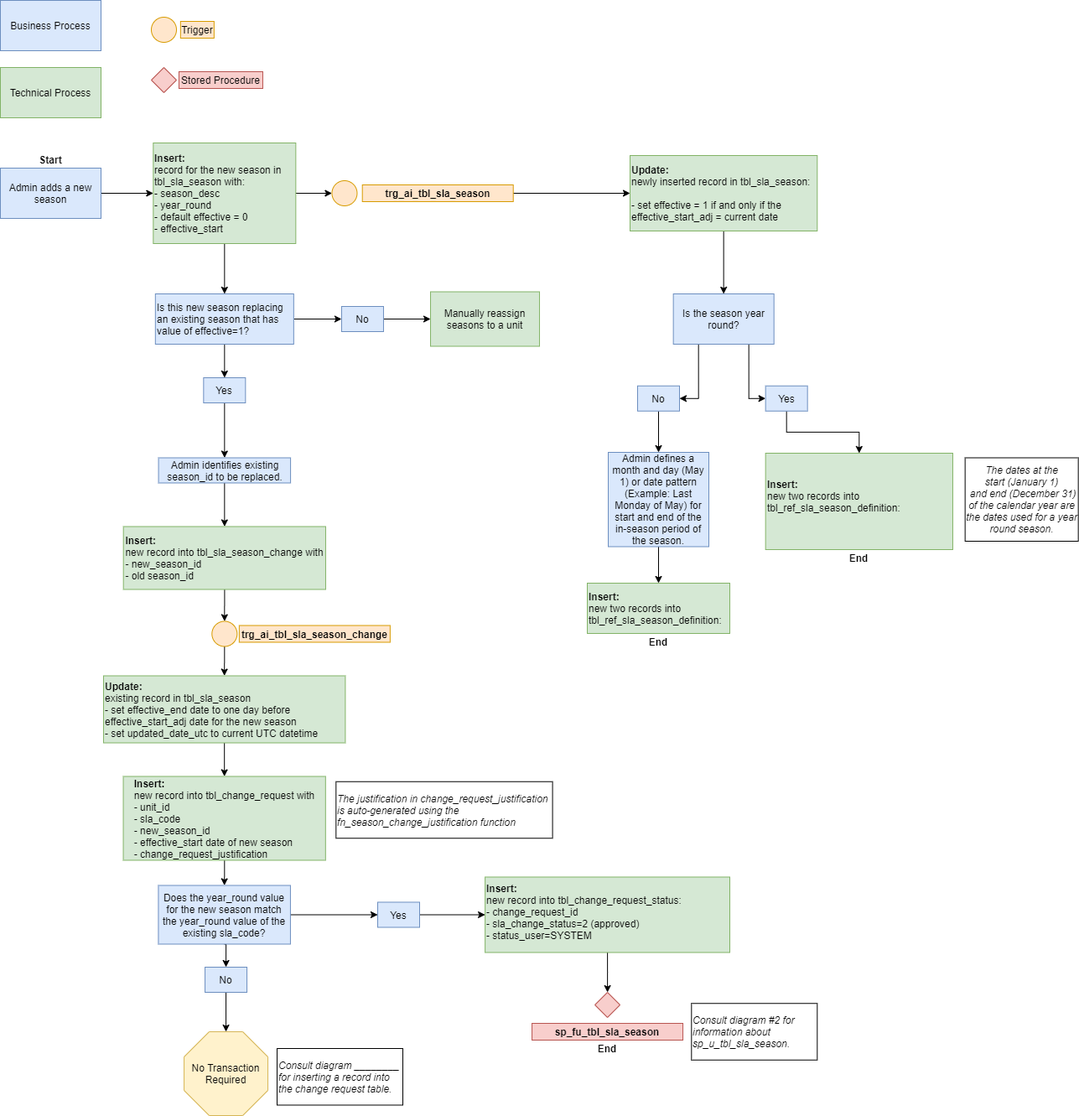
Before: images/diagram1.png, a diagram exported from draw.io (NYC-Parks/SLADB). Source tidied: cells renumbered, new cells last; positions are measured from the earlier drawing's top-left corner, leaving out a move shared by most shapes.
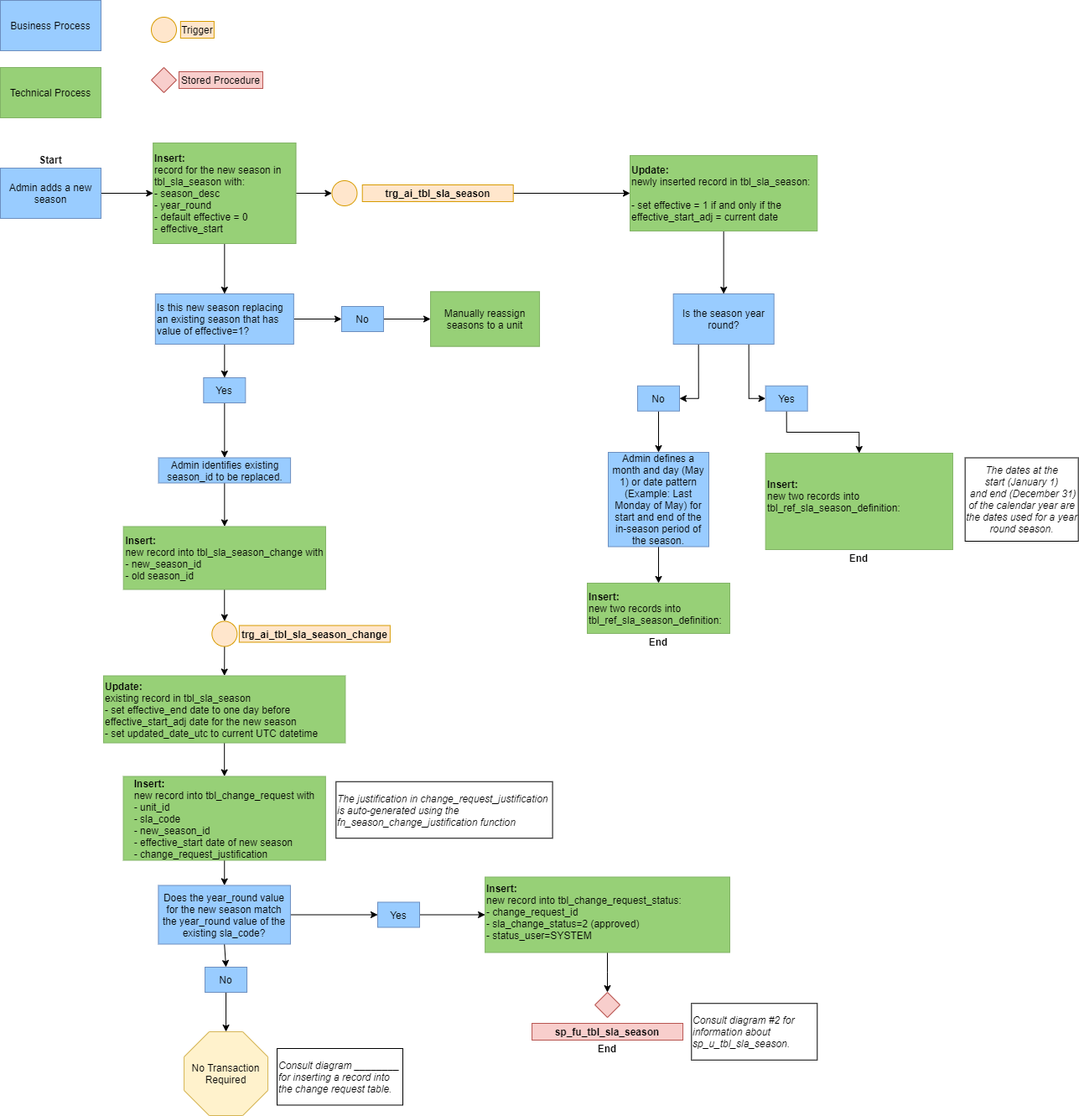
The same file after the commit.

What changed in the source:
```diff
@@ -2,10 +2,10 @@
   <root>
     <mxCell id="0" />
     <mxCell id="1" parent="0" />
-    <mxCell id="2" value="Business Process" style="rounded=0;whiteSpace=wrap;html=1;fillColor=#dae8fc;strokeColor=#6c8ebf;" parent="1" vertex="1">
+    <mxCell id="2" value="Business Process" style="rounded=0;whiteSpace=wrap;html=1;fillColor=#99CCFF;strokeColor=#6c8ebf;" parent="1" vertex="1">
       <mxGeometry width="120" height="60" as="geometry" />
     </mxCell>
-    <mxCell id="3" value="Technical Process" style="rounded=0;whiteSpace=wrap;html=1;fillColor=#d5e8d4;strokeColor=#82b366;" parent="1" vertex="1">
+    <mxCell id="3" value="Technical Process" style="rounded=0;whiteSpace=wrap;html=1;fillColor=#97D077;strokeColor=#82b366;" parent="1" vertex="1">
       <mxGeometry y="80" width="120" height="60" as="geometry" />
     </mxCell>
     <mxCell id="4" style="ellipse;whiteSpace=wrap;html=1;fillColor=#ffe6cc;strokeColor=#d79b00;" parent="1" vertex="1">
@@ -17,7 +17,7 @@
     <mxCell id="6" style="edgeStyle=orthogonalEdgeStyle;rounded=0;jettySize=auto;html=1;exitX=1;exitY=0.5;exitDx=0;exitDy=0;" parent="1" edge="1" source="7" target="10">
       <mxGeometry relative="1" as="geometry" />
     </mxCell>
-    <mxCell id="7" value="Admin adds a new season" style="rounded=0;whiteSpace=wrap;html=1;fillColor=#dae8fc;strokeColor=#6c8ebf;" parent="1" vertex="1">
+    <mxCell id="7" value="Admin adds a new season" style="rounded=0;whiteSpace=wrap;html=1;fillColor=#99CCFF;strokeColor=#6c8ebf;" parent="1" vertex="1">
       <mxGeometry y="200" width="120" height="60" as="geometry" />
     </mxCell>
     <mxCell id="8" style="edgeStyle=orthogonalEdgeStyle;rounded=0;jettySize=auto;html=1;" parent="1" edge="1" source="10" target="13">
@@ -35,43 +35,43 @@
     <mxCell id="12" style="edgeStyle=orthogonalEdgeStyle;rounded=0;jettySize=auto;html=1;" parent="1" edge="1" source="13" target="15">
       <mxGeometry relative="1" as="geometry" />
     </mxCell>
-    <mxCell id="13" value="Is this new season replacing an existing season that has value of effective=1?" style="rounded=0;whiteSpace=wrap;html=1;fillColor=#dae8fc;strokeColor=#6c8ebf;align=left;" parent="1" vertex="1">
+    <mxCell id="13" value="Is this new season replacing an existing season that has value of effective=1?" style="rounded=0;whiteSpace=wrap;html=1;fillColor=#99CCFF;strokeColor=#6c8ebf;align=left;" parent="1" vertex="1">
       <mxGeometry x="184.8" y="350" width="165" height="60" as="geometry" />
     </mxCell>
     <mxCell id="14" style="edgeStyle=orthogonalEdgeStyle;rounded=0;jettySize=auto;html=1;exitX=0.5;exitY=1;exitDx=0;exitDy=0;entryX=0.5;entryY=0;entryDx=0;entryDy=0;" parent="1" edge="1" source="15" target="17">
       <mxGeometry relative="1" as="geometry" />
     </mxCell>
-    <mxCell id="15" value="Yes" style="rounded=0;whiteSpace=wrap;html=1;fillColor=#dae8fc;strokeColor=#6c8ebf;align=center;" parent="1" vertex="1">
+    <mxCell id="15" value="Yes" style="rounded=0;whiteSpace=wrap;html=1;fillColor=#99CCFF;strokeColor=#6c8ebf;align=center;" parent="1" vertex="1">
       <mxGeometry x="242.3" y="450" width="50" height="30" as="geometry" />
     </mxCell>
     <mxCell id="16" style="edgeStyle=orthogonalEdgeStyle;rounded=0;jettySize=auto;html=1;exitX=0.5;exitY=1;exitDx=0;exitDy=0;entryX=0.5;entryY=0;entryDx=0;entryDy=0;" parent="1" edge="1" source="17" target="19">
       <mxGeometry relative="1" as="geometry" />
     </mxCell>
-    <mxCell id="17" value="Admin identifies existing season_id to be replaced." style="rounded=0;whiteSpace=wrap;html=1;fillColor=#dae8fc;strokeColor=#6c8ebf;align=center;" parent="1" vertex="1">
+    <mxCell id="17" value="Admin identifies existing season_id to be replaced." style="rounded=0;whiteSpace=wrap;html=1;fillColor=#99CCFF;strokeColor=#6c8ebf;align=center;" parent="1" vertex="1">
       <mxGeometry x="188.6" y="545.5" width="157.5" height="30" as="geometry" />
     </mxCell>
     <mxCell id="18" style="edgeStyle=orthogonalEdgeStyle;rounded=0;jettySize=auto;html=1;" parent="1" edge="1" source="19" target="28">
       <mxGeometry relative="1" as="geometry" />
     </mxCell>
-    <mxCell id="19" value="&lt;div style=&quot;text-align: left&quot;&gt;&lt;b&gt;Insert:&lt;/b&gt;&lt;/div&gt;&lt;div style=&quot;text-align: left&quot;&gt;&lt;span&gt;new record into tbl_sla_season_change with&lt;/span&gt;&lt;/div&gt;&lt;div style=&quot;text-align: left&quot;&gt;&lt;span&gt;- new_season_id&lt;/span&gt;&lt;/div&gt;&lt;div style=&quot;text-align: left&quot;&gt;&lt;span&gt;- old season_id&lt;/span&gt;&lt;/div&gt;" style="rounded=0;whiteSpace=wrap;html=1;fillColor=#d5e8d4;strokeColor=#82b366;align=center;" parent="1" vertex="1">
+    <mxCell id="19" value="&lt;div style=&quot;text-align: left&quot;&gt;&lt;b&gt;Insert:&lt;/b&gt;&lt;/div&gt;&lt;div style=&quot;text-align: left&quot;&gt;&lt;span&gt;new record into tbl_sla_season_change with&lt;/span&gt;&lt;/div&gt;&lt;div style=&quot;text-align: left&quot;&gt;&lt;span&gt;- new_season_id&lt;/span&gt;&lt;/div&gt;&lt;div style=&quot;text-align: left&quot;&gt;&lt;span&gt;- old season_id&lt;/span&gt;&lt;/div&gt;" style="rounded=0;whiteSpace=wrap;html=1;fillColor=#97D077;strokeColor=#82b366;align=center;" parent="1" vertex="1">
       <mxGeometry x="146.7" y="627.5" width="241.2" height="75" as="geometry" />
     </mxCell>
     <mxCell id="20" style="edgeStyle=orthogonalEdgeStyle;rounded=0;jettySize=auto;html=1;entryX=0.5;entryY=0;entryDx=0;entryDy=0;" parent="1" edge="1" source="21" target="31">
       <mxGeometry relative="1" as="geometry" />
     </mxCell>
-    <mxCell id="21" value="&lt;div&gt;&lt;b&gt;Update:&lt;/b&gt;&lt;/div&gt;&lt;div&gt;existing record in tbl_sla_season&lt;/div&gt;&lt;div&gt;- set effective_end date to one day before effective_start_adj date for the new season&lt;/div&gt;&lt;div&gt;- set updated_date_utc to current UTC datetime&amp;nbsp;&lt;/div&gt;" style="rounded=0;whiteSpace=wrap;html=1;fillColor=#d5e8d4;strokeColor=#82b366;align=left;labelPosition=center;verticalLabelPosition=middle;verticalAlign=middle;" parent="1" vertex="1">
+    <mxCell id="21" value="&lt;div&gt;&lt;b&gt;Update:&lt;/b&gt;&lt;/div&gt;&lt;div&gt;existing record in tbl_sla_season&lt;/div&gt;&lt;div&gt;- set effective_end date to one day before effective_start_adj date for the new season&lt;/div&gt;&lt;div&gt;- set updated_date_utc to current UTC datetime&amp;nbsp;&lt;/div&gt;" style="rounded=0;whiteSpace=wrap;html=1;fillColor=#97D077;strokeColor=#82b366;align=left;labelPosition=center;verticalLabelPosition=middle;verticalAlign=middle;" parent="1" vertex="1">
       <mxGeometry x="123" y="805.5" width="288.4" height="80" as="geometry" />
     </mxCell>
     <mxCell id="22" style="edgeStyle=orthogonalEdgeStyle;rounded=0;jettySize=auto;html=1;" parent="1" edge="1" source="23" target="44">
       <mxGeometry relative="1" as="geometry" />
     </mxCell>
-    <mxCell id="23" value="&lt;div&gt;&lt;b&gt;Insert:&lt;/b&gt;&lt;/div&gt;&lt;div&gt;&lt;span&gt;new record into tbl_change_request_status:&lt;/span&gt;&lt;/div&gt;&lt;div&gt;&lt;span&gt;- change_request_id&lt;/span&gt;&lt;/div&gt;&lt;div&gt;&lt;span&gt;- sla_change_status=2 (approved)&lt;/span&gt;&lt;/div&gt;&lt;div&gt;&lt;span&gt;- status_user=SYSTEM&lt;/span&gt;&lt;/div&gt;&lt;div&gt;&lt;span&gt;&lt;br&gt;&lt;/span&gt;&lt;/div&gt;" style="rounded=0;whiteSpace=wrap;html=1;fillColor=#d5e8d4;strokeColor=#82b366;align=left;verticalAlign=top;" parent="1" vertex="1">
+    <mxCell id="23" value="&lt;div&gt;&lt;b&gt;Insert:&lt;/b&gt;&lt;/div&gt;&lt;div&gt;&lt;span&gt;new record into tbl_change_request_status:&lt;/span&gt;&lt;/div&gt;&lt;div&gt;&lt;span&gt;- change_request_id&lt;/span&gt;&lt;/div&gt;&lt;div&gt;&lt;span&gt;- sla_change_status=2 (approved)&lt;/span&gt;&lt;/div&gt;&lt;div&gt;&lt;span&gt;- status_user=SYSTEM&lt;/span&gt;&lt;/div&gt;&lt;div&gt;&lt;span&gt;&lt;br&gt;&lt;/span&gt;&lt;/div&gt;" style="rounded=0;whiteSpace=wrap;html=1;fillColor=#97D077;strokeColor=#82b366;align=left;verticalAlign=top;" parent="1" vertex="1">
       <mxGeometry x="578.1" y="1045.5" width="291.9" height="90" as="geometry" />
     </mxCell>
     <mxCell id="24" style="edgeStyle=orthogonalEdgeStyle;rounded=0;jettySize=auto;html=1;" parent="1" edge="1" source="25" target="26">
       <mxGeometry relative="1" as="geometry" />
     </mxCell>
-    <mxCell id="25" value="No" style="rounded=0;whiteSpace=wrap;html=1;fillColor=#dae8fc;strokeColor=#6c8ebf;align=center;" parent="1" vertex="1">
+    <mxCell id="25" value="No" style="rounded=0;whiteSpace=wrap;html=1;fillColor=#99CCFF;strokeColor=#6c8ebf;align=center;" parent="1" vertex="1">
       <mxGeometry x="407" y="365" width="50" height="30" as="geometry" />
     </mxCell>
     <mxCell id="26" value="Manually reassign seasons to a unit" style="rounded=0;whiteSpace=wrap;html=1;fillColor=#d5e8d4;strokeColor=#82b366;align=center;" parent="1" vertex="1">
@@ -89,7 +89,7 @@
     <mxCell id="30" style="edgeStyle=orthogonalEdgeStyle;rounded=0;jettySize=auto;html=1;entryX=0.5;entryY=0;entryDx=0;entryDy=0;" parent="1" edge="1" source="31" target="35">
       <mxGeometry relative="1" as="geometry" />
     </mxCell>
-    <mxCell id="31" value="&lt;div style=&quot;text-align: left&quot;&gt;&lt;b&gt;Insert:&lt;/b&gt;&lt;/div&gt;&lt;div style=&quot;text-align: left&quot;&gt;&lt;span&gt;new record into tbl_change_request with&lt;/span&gt;&lt;/div&gt;&lt;div style=&quot;text-align: left&quot;&gt;&lt;span&gt;- unit_id&lt;/span&gt;&lt;/div&gt;&lt;div style=&quot;text-align: left&quot;&gt;&lt;span&gt;- sla_code&lt;/span&gt;&lt;/div&gt;&lt;div style=&quot;text-align: left&quot;&gt;&lt;span&gt;-&amp;nbsp;&lt;/span&gt;&lt;span&gt;new_season_id&lt;/span&gt;&lt;/div&gt;&lt;div style=&quot;text-align: left&quot;&gt;- effective_start date of new season&lt;/div&gt;&lt;div style=&quot;text-align: left&quot;&gt;- change_request_justification&lt;/div&gt;" style="rounded=0;whiteSpace=wrap;html=1;fillColor=#d5e8d4;strokeColor=#82b366;align=center;" parent="1" vertex="1">
+    <mxCell id="31" value="&lt;div style=&quot;text-align: left&quot;&gt;&lt;b&gt;Insert:&lt;/b&gt;&lt;/div&gt;&lt;div style=&quot;text-align: left&quot;&gt;&lt;span&gt;new record into tbl_change_request with&lt;/span&gt;&lt;/div&gt;&lt;div style=&quot;text-align: left&quot;&gt;&lt;span&gt;- unit_id&lt;/span&gt;&lt;/div&gt;&lt;div style=&quot;text-align: left&quot;&gt;&lt;span&gt;- sla_code&lt;/span&gt;&lt;/div&gt;&lt;div style=&quot;text-align: left&quot;&gt;&lt;span&gt;-&amp;nbsp;&lt;/span&gt;&lt;span&gt;new_season_id&lt;/span&gt;&lt;/div&gt;&lt;div style=&quot;text-align: left&quot;&gt;- effective_start date of new season&lt;/div&gt;&lt;div style=&quot;text-align: left&quot;&gt;- change_request_justification&lt;/div&gt;" style="rounded=0;whiteSpace=wrap;html=1;fillColor=#97D077;strokeColor=#82b366;align=center;" parent="1" vertex="1">
       <mxGeometry x="146.6" y="925.5" width="241.2" height="100" as="geometry" />
     </mxCell>
     <mxCell id="32" value="The justification in change_request_justification is auto-generated using the fn_season_change_justification function" style="rounded=0;whiteSpace=wrap;html=1;align=left;fontStyle=2;fillColor=none;" parent="1" vertex="1">
@@ -101,7 +101,7 @@
     <mxCell id="34" style="edgeStyle=orthogonalEdgeStyle;rounded=0;jettySize=auto;html=1;exitX=0.5;exitY=1;exitDx=0;exitDy=0;entryX=0.5;entryY=0;entryDx=0;entryDy=0;" parent="1" edge="1" source="35" target="40">
       <mxGeometry relative="1" as="geometry" />
     </mxCell>
-    <mxCell id="35" value="Does the year_round value for the new season match the year_round value of the existing sla_code?" style="rounded=0;whiteSpace=wrap;html=1;fillColor=#dae8fc;strokeColor=#6c8ebf;align=center;" parent="1" vertex="1">
+    <mxCell id="35" value="Does the year_round value for the new season match the year_round value of the existing sla_code?" style="rounded=0;whiteSpace=wrap;html=1;fillColor=#99CCFF;strokeColor=#6c8ebf;align=center;" parent="1" vertex="1">
       <mxGeometry x="188.4" y="1055.5" width="157.5" height="70" as="geometry" />
     </mxCell>
     <mxCell id="36" value="Consult diagram ________ for inserting a record into the change request table." style="rounded=0;whiteSpace=wrap;html=1;align=left;fontStyle=2;fillColor=none;" parent="1" vertex="1">
@@ -110,13 +110,13 @@
     <mxCell id="37" style="edgeStyle=orthogonalEdgeStyle;rounded=0;jettySize=auto;html=1;entryX=0;entryY=0.5;entryDx=0;entryDy=0;" parent="1" edge="1" source="38" target="23">
       <mxGeometry relative="1" as="geometry" />
     </mxCell>
-    <mxCell id="38" value="Yes" style="rounded=0;whiteSpace=wrap;html=1;fillColor=#dae8fc;strokeColor=#6c8ebf;align=center;" parent="1" vertex="1">
+    <mxCell id="38" value="Yes" style="rounded=0;whiteSpace=wrap;html=1;fillColor=#99CCFF;strokeColor=#6c8ebf;align=center;" parent="1" vertex="1">
       <mxGeometry x="450" y="1075.5" width="50" height="30" as="geometry" />
     </mxCell>
     <mxCell id="39" style="edgeStyle=orthogonalEdgeStyle;rounded=0;jettySize=auto;html=1;" parent="1" edge="1" source="40" target="41">
       <mxGeometry relative="1" as="geometry" />
     </mxCell>
-    <mxCell id="40" value="No" style="rounded=0;whiteSpace=wrap;html=1;fillColor=#dae8fc;strokeColor=#6c8ebf;align=center;" parent="1" vertex="1">
+    <mxCell id="40" value="No" style="rounded=0;whiteSpace=wrap;html=1;fillColor=#99CCFF;strokeColor=#6c8ebf;align=center;" parent="1" vertex="1">
       <mxGeometry x="244" y="1153" width="50" height="30" as="geometry" />
     </mxCell>
     <mxCell id="41" value="No Transaction Required" style="whiteSpace=wrap;html=1;shape=mxgraph.basic.octagon2;align=center;verticalAlign=middle;dx=15;fillColor=#fff2cc;strokeColor=#d6b656;" parent="1" vertex="1">
@@ -155,10 +155,10 @@
     <mxCell id="52" style="edgeStyle=orthogonalEdgeStyle;rounded=0;jettySize=auto;html=1;exitX=0.5;exitY=1;exitDx=0;exitDy=0;" parent="1" edge="1" source="53" target="57">
       <mxGeometry relative="1" as="geometry" />
     </mxCell>
-    <mxCell id="53" value="&lt;b&gt;Update:&lt;/b&gt;&lt;br&gt;newly inserted record in tbl_sla_season:&lt;br&gt;&amp;nbsp;&lt;br&gt;- set effective = 1 if and only if the effective_start_adj = current date" style="rounded=0;whiteSpace=wrap;html=1;fillColor=#d5e8d4;strokeColor=#82b366;align=left;" parent="1" vertex="1">
+    <mxCell id="53" value="&lt;b&gt;Update:&lt;/b&gt;&lt;br&gt;newly inserted record in tbl_sla_season:&lt;br&gt;&amp;nbsp;&lt;br&gt;- set effective = 1 if and only if the effective_start_adj = current date" style="rounded=0;whiteSpace=wrap;html=1;fillColor=#97D077;strokeColor=#82b366;align=left;" parent="1" vertex="1">
       <mxGeometry x="751" y="185" width="223.3" height="90" as="geometry" />
     </mxCell>
-    <mxCell id="54" value="&lt;b&gt;Insert:&lt;/b&gt;&lt;br&gt;new two records into tbl_ref_sla_season_definition:&lt;br&gt;&amp;nbsp;" style="rounded=0;whiteSpace=wrap;html=1;fillColor=#d5e8d4;strokeColor=#82b366;align=left;" parent="1" vertex="1">
+    <mxCell id="54" value="&lt;b&gt;Insert:&lt;/b&gt;&lt;br&gt;new two records into tbl_ref_sla_season_definition:&lt;br&gt;&amp;nbsp;" style="rounded=0;whiteSpace=wrap;html=1;fillColor=#97D077;strokeColor=#82b366;align=left;" parent="1" vertex="1">
       <mxGeometry x="912.7" y="540" width="223.3" height="115" as="geometry" />
     </mxCell>
     <mxCell id="55" style="edgeStyle=orthogonalEdgeStyle;rounded=0;jettySize=auto;html=1;exitX=0.75;exitY=1;exitDx=0;exitDy=0;entryX=0;entryY=0.5;entryDx=0;entryDy=0;" parent="1" edge="1" source="57" target="61">
@@ -167,28 +167,28 @@
     <mxCell id="56" style="edgeStyle=orthogonalEdgeStyle;rounded=0;jettySize=auto;html=1;exitX=0.25;exitY=1;exitDx=0;exitDy=0;entryX=1;entryY=0.5;entryDx=0;entryDy=0;" parent="1" edge="1" source="57" target="59">
       <mxGeometry relative="1" as="geometry" />
     </mxCell>
-    <mxCell id="57" value="Is the season year round?" style="rounded=0;whiteSpace=wrap;html=1;fillColor=#dae8fc;strokeColor=#6c8ebf;" parent="1" vertex="1">
+    <mxCell id="57" value="Is the season year round?" style="rounded=0;whiteSpace=wrap;html=1;fillColor=#99CCFF;strokeColor=#6c8ebf;" parent="1" vertex="1">
       <mxGeometry x="802.7" y="350" width="120" height="60" as="geometry" />
     </mxCell>
     <mxCell id="58" style="edgeStyle=orthogonalEdgeStyle;rounded=0;jettySize=auto;html=1;exitX=0.5;exitY=1;exitDx=0;exitDy=0;entryX=0.5;entryY=0;entryDx=0;entryDy=0;" parent="1" edge="1" source="59" target="64">
       <mxGeometry relative="1" as="geometry" />
     </mxCell>
-    <mxCell id="59" value="No" style="rounded=0;whiteSpace=wrap;html=1;fillColor=#dae8fc;strokeColor=#6c8ebf;align=center;" parent="1" vertex="1">
+    <mxCell id="59" value="No" style="rounded=0;whiteSpace=wrap;html=1;fillColor=#99CCFF;strokeColor=#6c8ebf;align=center;" parent="1" vertex="1">
       <mxGeometry x="760" y="459.8" width="50" height="30" as="geometry" />
     </mxCell>
     <mxCell id="60" style="edgeStyle=orthogonalEdgeStyle;rounded=0;jettySize=auto;html=1;exitX=0.5;exitY=1;exitDx=0;exitDy=0;entryX=0.5;entryY=0;entryDx=0;entryDy=0;" parent="1" edge="1" source="61" target="54">
       <mxGeometry relative="1" as="geometry" />
     </mxCell>
-    <mxCell id="61" value="Yes" style="rounded=0;whiteSpace=wrap;html=1;fillColor=#dae8fc;strokeColor=#6c8ebf;align=center;" parent="1" vertex="1">
+    <mxCell id="61" value="Yes" style="rounded=0;whiteSpace=wrap;html=1;fillColor=#99CCFF;strokeColor=#6c8ebf;align=center;" parent="1" vertex="1">
       <mxGeometry x="912.7" y="459.8" width="50" height="30" as="geometry" />
     </mxCell>
-    <mxCell id="62" value="&lt;b&gt;Insert:&lt;/b&gt;&lt;br&gt;new two records into tbl_ref_sla_season_definition:" style="rounded=0;whiteSpace=wrap;html=1;fillColor=#d5e8d4;strokeColor=#82b366;align=left;" parent="1" vertex="1">
+    <mxCell id="62" value="&lt;b&gt;Insert:&lt;/b&gt;&lt;br&gt;new two records into tbl_ref_sla_season_definition:" style="rounded=0;whiteSpace=wrap;html=1;fillColor=#97D077;strokeColor=#82b366;align=left;" parent="1" vertex="1">
       <mxGeometry x="700" y="695" width="170" height="60" as="geometry" />
     </mxCell>
     <mxCell id="63" style="edgeStyle=orthogonalEdgeStyle;rounded=0;jettySize=auto;html=1;exitX=0.5;exitY=1;exitDx=0;exitDy=0;entryX=0.5;entryY=0;entryDx=0;entryDy=0;" parent="1" edge="1" source="64" target="62">
       <mxGeometry relative="1" as="geometry" />
     </mxCell>
-    <mxCell id="64" value="Admin defines a month and day (May 1) or date pattern (Example: Last Monday of May) for start and end of the in-season period of the season." style="rounded=0;whiteSpace=wrap;html=1;fillColor=#dae8fc;strokeColor=#6c8ebf;" parent="1" vertex="1">
+    <mxCell id="64" value="Admin defines a month and day (May 1) or date pattern (Example: Last Monday of May) for start and end of the in-season period of the season." style="rounded=0;whiteSpace=wrap;html=1;fillColor=#99CCFF;strokeColor=#6c8ebf;" parent="1" vertex="1">
       <mxGeometry x="725" y="539" width="120" height="112.5" as="geometry" />
     </mxCell>
     <mxCell id="65" value="&lt;i&gt;The dates at the start&amp;nbsp;&lt;/i&gt;&lt;i&gt;(January 1)&lt;/i&gt;&lt;i&gt;&lt;br&gt;&amp;nbsp;and end (&lt;/i&gt;&lt;i&gt;December 31)&lt;/i&gt;&lt;i&gt;&lt;br&gt;of the calendar year are the dates used for a year round season.&lt;/i&gt;" style="rounded=0;whiteSpace=wrap;html=1;" parent="1" vertex="1">
@@ -200,5 +200,11 @@
     <mxCell id="67" value="End" style="text;html=1;strokeColor=none;fillColor=none;align=center;verticalAlign=middle;whiteSpace=wrap;rounded=0;fontStyle=1;" parent="1" vertex="1">
       <mxGeometry x="765" y="755" width="40" height="20" as="geometry" />
     </mxCell>
+    <mxCell id="68" value="&lt;b&gt;Insert:&lt;/b&gt;&lt;br&gt;record for the new season in tbl_sla_season with:&lt;br&gt;- season_desc&lt;br&gt;- year_round&lt;br&gt;- default effective = 0&lt;br&gt;- effective_start" style="rounded=0;whiteSpace=wrap;html=1;fillColor=#97D077;strokeColor=#82b366;align=left;" parent="1" vertex="1">
+      <mxGeometry x="182.3" y="170" width="170" height="120" as="geometry" />
+    </mxCell>
+    <mxCell id="69" value="Manually reassign seasons to a unit" style="rounded=0;whiteSpace=wrap;html=1;fillColor=#97D077;strokeColor=#82b366;align=center;" parent="1" vertex="1">
+      <mxGeometry x="513" y="347.5" width="130" height="65" as="geometry" />
+    </mxCell>
   </root>
 </mxGraphModel>
```
